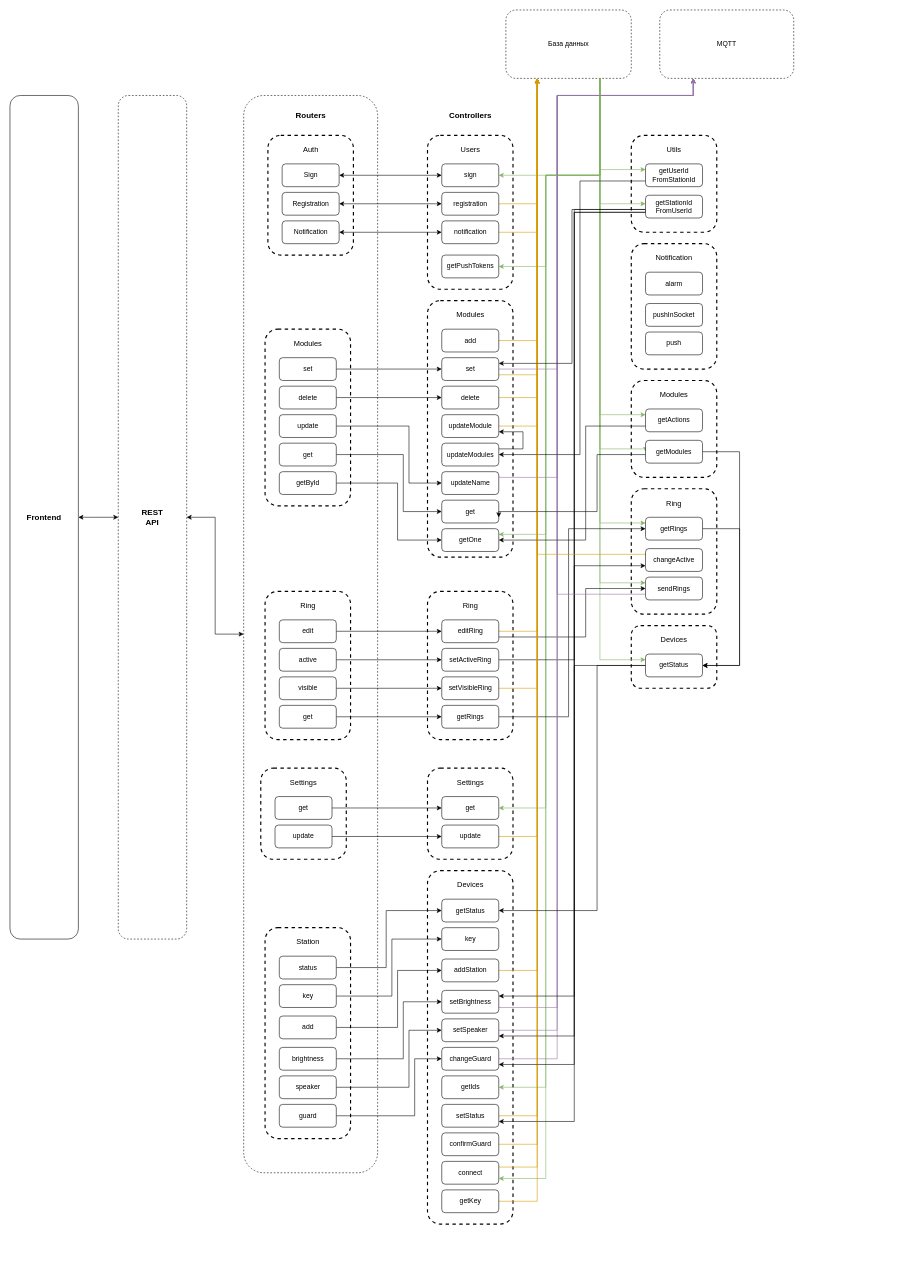
This is UML.drawio from PavelG1307/FifthFloorBackend, a draw.io file, before an edit. Source tidied: cells renumbered, new cells numbered last; positions are measured from the earlier drawing's top-left corner, leaving out a move shared by most shapes. Both pictures are drawn from the tidied source at 57%, with x=0, y=0 at pixel (10, 10).
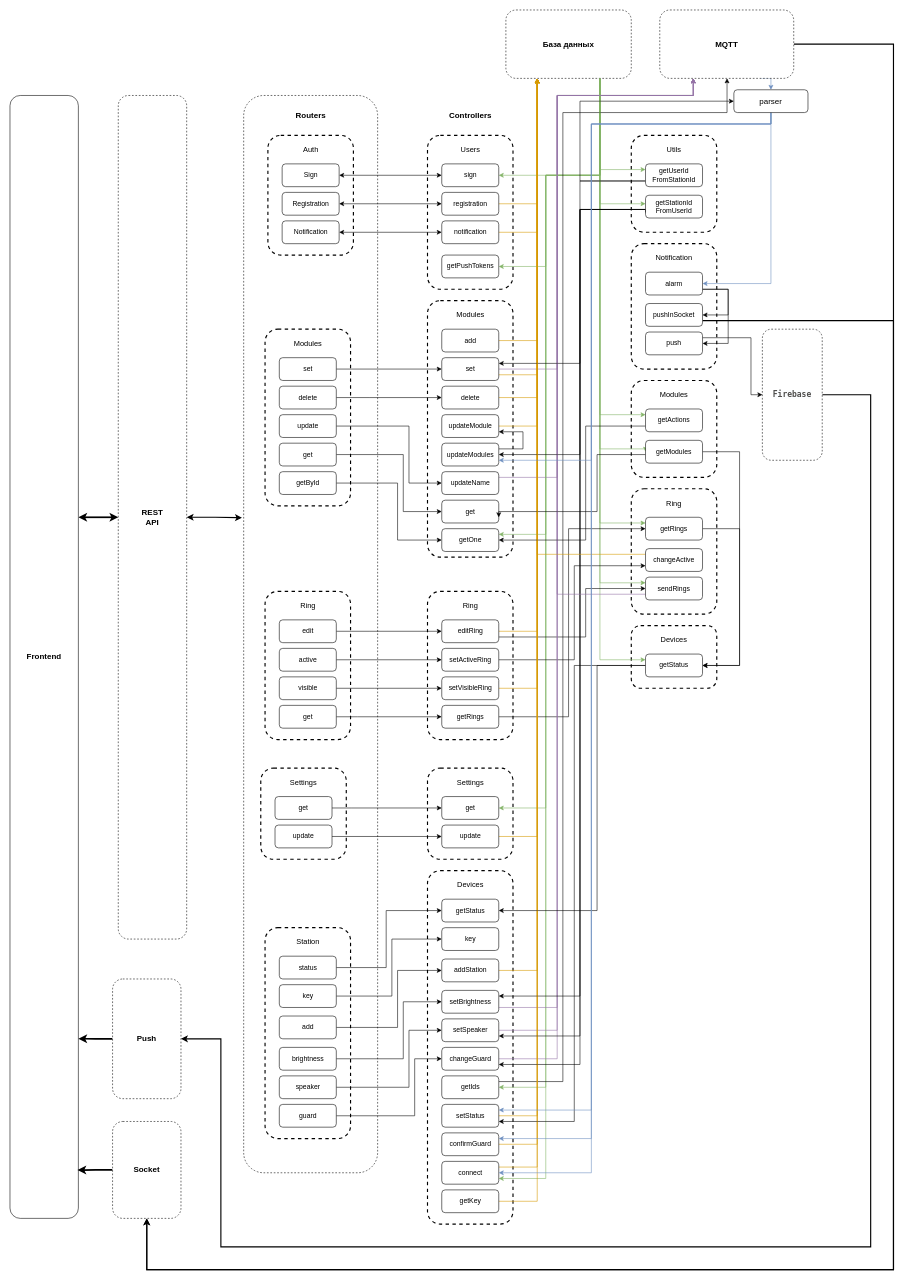
The same diagram, later.

Unchanged cells that the change refers to:
```xml
<mxCell id="11" style="rounded=1;whiteSpace=wrap;html=1;dashed=1;" parent="1" vertex="1">
  <mxGeometry x="410" y="150" width="235" height="1890" as="geometry" />
</mxCell>
<mxCell id="15" value="REST&lt;br style=&quot;font-size: 14px;&quot;&gt;API" style="rounded=1;whiteSpace=wrap;html=1;dashed=1;fontSize=14;fontStyle=1;" parent="1" vertex="1">
  <mxGeometry x="190" y="150" width="120" height="1480" as="geometry" />
</mxCell>
<mxCell id="87" value="set" style="rounded=1;whiteSpace=wrap;html=1;" parent="1" vertex="1">
  <mxGeometry x="757.5" y="610" width="100" height="40" as="geometry" />
</mxCell>
<mxCell id="111" value="setBrightness" style="rounded=1;whiteSpace=wrap;html=1;" parent="1" vertex="1">
  <mxGeometry x="757.5" y="1720" width="100" height="40" as="geometry" />
</mxCell>
<mxCell id="113" value="setSpeaker" style="rounded=1;whiteSpace=wrap;html=1;" parent="1" vertex="1">
  <mxGeometry x="757.5" y="1770" width="100" height="40" as="geometry" />
</mxCell>
<mxCell id="115" value="changeGuard" style="rounded=1;whiteSpace=wrap;html=1;" parent="1" vertex="1">
  <mxGeometry x="757.5" y="1820" width="100" height="40" as="geometry" />
</mxCell>
<mxCell id="126" value="getIds" style="rounded=1;whiteSpace=wrap;html=1;" parent="1" vertex="1">
  <mxGeometry x="757.5" y="1870" width="100" height="40" as="geometry" />
</mxCell>
<mxCell id="128" value="confirmGuard" style="rounded=1;whiteSpace=wrap;html=1;" parent="1" vertex="1">
  <mxGeometry x="757.5" y="1970" width="100" height="40" as="geometry" />
</mxCell>
<mxCell id="130" value="setStatus" style="rounded=1;whiteSpace=wrap;html=1;" parent="1" vertex="1">
  <mxGeometry x="757.5" y="1920" width="100" height="40" as="geometry" />
</mxCell>
<mxCell id="132" value="connect" style="rounded=1;whiteSpace=wrap;html=1;" parent="1" vertex="1">
  <mxGeometry x="757.5" y="2020" width="100" height="40" as="geometry" />
</mxCell>
<mxCell id="136" value="getUserId&lt;br&gt;FromStationId" style="rounded=1;whiteSpace=wrap;html=1;" parent="1" vertex="1">
  <mxGeometry x="1115" y="270" width="100" height="40" as="geometry" />
</mxCell>
<mxCell id="142" value="getStationId&lt;br&gt;FromUserId" style="rounded=1;whiteSpace=wrap;html=1;" parent="1" vertex="1">
  <mxGeometry x="1115" y="325" width="100" height="40" as="geometry" />
</mxCell>
<mxCell id="145" value="alarm" style="rounded=1;whiteSpace=wrap;html=1;" parent="1" vertex="1">
  <mxGeometry x="1115" y="460" width="100" height="40" as="geometry" />
</mxCell>
<mxCell id="146" value="pushInSocket" style="rounded=1;whiteSpace=wrap;html=1;" parent="1" vertex="1">
  <mxGeometry x="1115" y="515" width="100" height="40" as="geometry" />
</mxCell>
<mxCell id="148" value="push" style="rounded=1;whiteSpace=wrap;html=1;" parent="1" vertex="1">
  <mxGeometry x="1115" y="565" width="100" height="40" as="geometry" />
</mxCell>
<mxCell id="150" value="updateModules" style="rounded=1;whiteSpace=wrap;html=1;" parent="1" vertex="1">
  <mxGeometry x="757.5" y="760" width="100" height="40" as="geometry" />
</mxCell>
```

What changed in the source:
```diff
@@
+    <mxCell id="170" style="edgeStyle=orthogonalEdgeStyle;rounded=0;jettySize=auto;html=1;exitX=0.75;exitY=1;exitDx=0;exitDy=0;entryX=0.5;entryY=0;entryDx=0;entryDy=0;fontSize=14;startArrow=none;startFill=0;endArrow=classic;endFill=1;fillColor=#dae8fc;strokeColor=#6c8ebf;" parent="1" edge="1" source="5" target="183">
+      <mxGeometry relative="1" as="geometry" />
+    </mxCell>
+    <mxCell id="171" style="edgeStyle=orthogonalEdgeStyle;rounded=0;jettySize=auto;html=1;strokeWidth=2;fontSize=14;startArrow=none;startFill=0;endArrow=classic;endFill=1;" parent="1" edge="1" source="5" target="187">
+      <mxGeometry relative="1" as="geometry">
+        <Array as="points">
+          <mxPoint x="1550" y="60" />
+          <mxPoint x="1550" y="2210" />
+          <mxPoint x="240" y="2210" />
+        </Array>
+      </mxGeometry>
+    </mxCell>
-    <mxCell id="5" value="MQTT" style="rounded=1;whiteSpace=wrap;html=1;dashed=1;" parent="1" vertex="1">
+    <mxCell id="5" value="&lt;font style=&quot;font-size: 14px;&quot;&gt;&lt;b&gt;MQTT&lt;/b&gt;&lt;/font&gt;" style="rounded=1;whiteSpace=wrap;html=1;dashed=1;" parent="1" vertex="1">
       <mxGeometry x="1140" width="235" height="120" as="geometry" />
     </mxCell>
@@
-    <mxCell id="12" style="edgeStyle=orthogonalEdgeStyle;rounded=0;jettySize=auto;html=1;entryX=0;entryY=0.5;entryDx=0;entryDy=0;startArrow=classic;startFill=1;" parent="1" edge="1" source="13" target="15">
+    <mxCell id="12" style="edgeStyle=orthogonalEdgeStyle;rounded=0;jettySize=auto;html=1;entryX=0;entryY=0.5;entryDx=0;entryDy=0;startArrow=classic;startFill=1;strokeWidth=3;" parent="1" edge="1" source="13" target="15">
       <mxGeometry relative="1" as="geometry">
         <Array as="points">
           <mxPoint x="140" y="890" />
           <mxPoint x="140" y="890" />
         </Array>
       </mxGeometry>
     </mxCell>
     <mxCell id="13" value="Frontend" style="rounded=1;whiteSpace=wrap;html=1;fontSize=14;fontStyle=1;" parent="1" vertex="1">
-      <mxGeometry y="150" width="120" height="1480" as="geometry" />
+      <mxGeometry y="150" width="120" height="1970" as="geometry" />
     </mxCell>
-    <mxCell id="14" style="edgeStyle=orthogonalEdgeStyle;rounded=0;jettySize=auto;html=1;entryX=0;entryY=0.5;entryDx=0;entryDy=0;fontSize=14;startArrow=classic;startFill=1;" parent="1" edge="1" source="15" target="11">
+    <mxCell id="14" style="edgeStyle=orthogonalEdgeStyle;rounded=0;jettySize=auto;html=1;entryX=-0.013;entryY=0.392;entryDx=0;entryDy=0;fontSize=14;startArrow=classic;startFill=1;entryPerimeter=0;strokeWidth=2;" parent="1" edge="1" source="15" target="11">
       <mxGeometry relative="1" as="geometry" />
     </mxCell>
@@
-    <mxCell id="75" value="База данных" style="rounded=1;whiteSpace=wrap;html=1;dashed=1;" parent="1" vertex="1">
+    <mxCell id="75" value="&lt;font style=&quot;font-size: 14px;&quot;&gt;&lt;b&gt;База данных&lt;/b&gt;&lt;/font&gt;" style="rounded=1;whiteSpace=wrap;html=1;dashed=1;strokeWidth=1;" parent="1" vertex="1">
       <mxGeometry x="870" width="220" height="120" as="geometry" />
     </mxCell>
@@
+    <mxCell id="172" style="edgeStyle=orthogonalEdgeStyle;rounded=0;jettySize=auto;html=1;exitX=1;exitY=0.25;exitDx=0;exitDy=0;fontSize=14;startArrow=none;startFill=0;endArrow=classic;endFill=1;" parent="1" edge="1" source="126" target="5">
+      <mxGeometry relative="1" as="geometry">
+        <Array as="points">
+          <mxPoint x="970" y="1880" />
+          <mxPoint x="970" y="180" />
+          <mxPoint x="1258" y="180" />
+        </Array>
+      </mxGeometry>
+    </mxCell>
@@
+    <mxCell id="173" style="edgeStyle=orthogonalEdgeStyle;rounded=0;jettySize=auto;html=1;exitX=0;exitY=0.75;exitDx=0;exitDy=0;entryX=0;entryY=0.5;entryDx=0;entryDy=0;fontSize=14;startArrow=none;startFill=0;endArrow=classic;endFill=1;" parent="1" edge="1" source="136" target="183">
+      <mxGeometry relative="1" as="geometry">
+        <Array as="points">
+          <mxPoint x="1000" y="300" />
+          <mxPoint x="1000" y="160" />
+        </Array>
+      </mxGeometry>
+    </mxCell>
@@
     <mxCell id="137" style="edgeStyle=orthogonalEdgeStyle;rounded=0;jettySize=auto;html=1;entryX=1;entryY=0.25;entryDx=0;entryDy=0;fontSize=14;startArrow=none;startFill=0;endArrow=classic;endFill=1;" parent="1" edge="1" source="142" target="87">
       <mxGeometry relative="1" as="geometry">
         <Array as="points">
-          <mxPoint x="986" y="350" />
-          <mxPoint x="986" y="620" />
+          <mxPoint x="1000" y="350" />
+          <mxPoint x="1000" y="620" />
         </Array>
       </mxGeometry>
     </mxCell>
@@
     <mxCell id="139" style="edgeStyle=orthogonalEdgeStyle;rounded=0;jettySize=auto;html=1;exitX=0;exitY=0.75;exitDx=0;exitDy=0;fontSize=14;startArrow=none;startFill=0;endArrow=classic;endFill=1;" parent="1" edge="1" source="142" target="111">
       <mxGeometry relative="1" as="geometry">
         <Array as="points">
           <mxPoint x="1115" y="350" />
-          <mxPoint x="990" y="350" />
-          <mxPoint x="990" y="1730" />
+          <mxPoint x="1000" y="350" />
+          <mxPoint x="1000" y="1730" />
         </Array>
       </mxGeometry>
     </mxCell>
     <mxCell id="140" style="edgeStyle=orthogonalEdgeStyle;rounded=0;jettySize=auto;html=1;exitX=0;exitY=0.75;exitDx=0;exitDy=0;entryX=1;entryY=0.75;entryDx=0;entryDy=0;fontSize=14;startArrow=none;startFill=0;endArrow=classic;endFill=1;" parent="1" edge="1" source="142" target="113">
       <mxGeometry relative="1" as="geometry">
         <Array as="points">
-          <mxPoint x="990" y="355" />
-          <mxPoint x="990" y="1800" />
+          <mxPoint x="1115" y="350" />
+          <mxPoint x="1000" y="350" />
+          <mxPoint x="1000" y="1800" />
         </Array>
       </mxGeometry>
     </mxCell>
     <mxCell id="141" style="edgeStyle=orthogonalEdgeStyle;rounded=0;jettySize=auto;html=1;exitX=0;exitY=0.75;exitDx=0;exitDy=0;entryX=1;entryY=0.75;entryDx=0;entryDy=0;fontSize=14;startArrow=none;startFill=0;endArrow=classic;endFill=1;" parent="1" edge="1" source="142" target="115">
       <mxGeometry relative="1" as="geometry">
         <Array as="points">
-          <mxPoint x="990" y="355" />
-          <mxPoint x="990" y="1850" />
+          <mxPoint x="1115" y="350" />
+          <mxPoint x="1000" y="350" />
+          <mxPoint x="1000" y="1850" />
         </Array>
       </mxGeometry>
     </mxCell>
@@
+    <mxCell id="174" style="edgeStyle=orthogonalEdgeStyle;rounded=0;jettySize=auto;html=1;exitX=1;exitY=0.75;exitDx=0;exitDy=0;entryX=1;entryY=0.5;entryDx=0;entryDy=0;fontSize=14;startArrow=none;startFill=0;endArrow=classic;endFill=1;" parent="1" edge="1" source="145" target="146">
+      <mxGeometry relative="1" as="geometry">
+        <Array as="points">
+          <mxPoint x="1260" y="490" />
+          <mxPoint x="1260" y="535" />
+        </Array>
+      </mxGeometry>
+    </mxCell>
+    <mxCell id="175" style="edgeStyle=orthogonalEdgeStyle;rounded=0;jettySize=auto;html=1;exitX=1;exitY=0.75;exitDx=0;exitDy=0;entryX=1;entryY=0.5;entryDx=0;entryDy=0;fontSize=14;startArrow=none;startFill=0;endArrow=classic;endFill=1;" parent="1" edge="1" source="145" target="148">
+      <mxGeometry relative="1" as="geometry">
+        <Array as="points">
+          <mxPoint x="1260" y="490" />
+          <mxPoint x="1260" y="585" />
+        </Array>
+      </mxGeometry>
+    </mxCell>
@@
+    <mxCell id="176" style="edgeStyle=orthogonalEdgeStyle;rounded=0;jettySize=auto;html=1;exitX=1;exitY=0.75;exitDx=0;exitDy=0;entryX=0.5;entryY=1;entryDx=0;entryDy=0;fontSize=14;startArrow=none;startFill=0;endArrow=classic;endFill=1;strokeWidth=2;" parent="1" edge="1" source="146" target="187">
+      <mxGeometry relative="1" as="geometry">
+        <Array as="points">
+          <mxPoint x="1550" y="545" />
+          <mxPoint x="1550" y="2210" />
+          <mxPoint x="240" y="2210" />
+        </Array>
+      </mxGeometry>
+    </mxCell>
@@
+    <mxCell id="177" style="edgeStyle=orthogonalEdgeStyle;rounded=0;jettySize=auto;html=1;exitX=1;exitY=0.25;exitDx=0;exitDy=0;entryX=0;entryY=0.5;entryDx=0;entryDy=0;fontSize=14;startArrow=none;startFill=0;endArrow=classic;endFill=1;" parent="1" edge="1" source="148" target="185">
+      <mxGeometry relative="1" as="geometry">
+        <Array as="points">
+          <mxPoint x="1300" y="575" />
+          <mxPoint x="1300" y="675" />
+        </Array>
+      </mxGeometry>
+    </mxCell>
@@
+    <mxCell id="178" style="edgeStyle=orthogonalEdgeStyle;rounded=0;jettySize=auto;html=1;exitX=0.5;exitY=1;exitDx=0;exitDy=0;fontSize=14;startArrow=none;startFill=0;endArrow=classic;endFill=1;fillColor=#dae8fc;strokeColor=#6c8ebf;entryX=1;entryY=0.25;entryDx=0;entryDy=0;" parent="1" edge="1" source="183" target="130">
+      <mxGeometry relative="1" as="geometry">
+        <Array as="points">
+          <mxPoint x="1335" y="200" />
+          <mxPoint x="1020" y="200" />
+          <mxPoint x="1020" y="1930" />
+        </Array>
+      </mxGeometry>
+    </mxCell>
+    <mxCell id="179" style="edgeStyle=orthogonalEdgeStyle;rounded=0;jettySize=auto;html=1;exitX=0.5;exitY=1;exitDx=0;exitDy=0;entryX=1;entryY=0.75;entryDx=0;entryDy=0;fontSize=14;startArrow=none;startFill=0;endArrow=classic;endFill=1;fillColor=#dae8fc;strokeColor=#6c8ebf;" parent="1" edge="1" source="183" target="150">
+      <mxGeometry relative="1" as="geometry">
+        <Array as="points">
+          <mxPoint x="1335" y="200" />
+          <mxPoint x="1020" y="200" />
+          <mxPoint x="1020" y="790" />
+        </Array>
+      </mxGeometry>
+    </mxCell>
+    <mxCell id="180" style="edgeStyle=orthogonalEdgeStyle;rounded=0;jettySize=auto;html=1;exitX=0.5;exitY=1;exitDx=0;exitDy=0;entryX=1;entryY=0.25;entryDx=0;entryDy=0;fontSize=14;startArrow=none;startFill=0;endArrow=classic;endFill=1;fillColor=#dae8fc;strokeColor=#6c8ebf;" parent="1" edge="1" source="183" target="128">
+      <mxGeometry relative="1" as="geometry">
+        <Array as="points">
+          <mxPoint x="1335" y="200" />
+          <mxPoint x="1020" y="200" />
+          <mxPoint x="1020" y="1980" />
+        </Array>
+      </mxGeometry>
+    </mxCell>
+    <mxCell id="181" style="edgeStyle=orthogonalEdgeStyle;rounded=0;jettySize=auto;html=1;exitX=0.5;exitY=1;exitDx=0;exitDy=0;entryX=1;entryY=0.5;entryDx=0;entryDy=0;fontSize=14;startArrow=none;startFill=0;endArrow=classic;endFill=1;fillColor=#dae8fc;strokeColor=#6c8ebf;" parent="1" edge="1" source="183" target="132">
+      <mxGeometry relative="1" as="geometry">
+        <Array as="points">
+          <mxPoint x="1335" y="200" />
+          <mxPoint x="1020" y="200" />
+          <mxPoint x="1020" y="2040" />
+        </Array>
+      </mxGeometry>
+    </mxCell>
+    <mxCell id="182" style="edgeStyle=orthogonalEdgeStyle;rounded=0;jettySize=auto;html=1;exitX=0.5;exitY=1;exitDx=0;exitDy=0;entryX=1;entryY=0.5;entryDx=0;entryDy=0;fontSize=14;startArrow=none;startFill=0;endArrow=classic;endFill=1;fillColor=#dae8fc;strokeColor=#6c8ebf;" parent="1" edge="1" source="183" target="145">
+      <mxGeometry relative="1" as="geometry" />
+    </mxCell>
+    <mxCell id="183" value="parser" style="rounded=1;whiteSpace=wrap;html=1;strokeWidth=1;fontSize=14;" parent="1" vertex="1">
+      <mxGeometry x="1270" y="140" width="130" height="40" as="geometry" />
+    </mxCell>
+    <mxCell id="184" style="edgeStyle=orthogonalEdgeStyle;rounded=0;jettySize=auto;html=1;entryX=1;entryY=0.5;entryDx=0;entryDy=0;strokeWidth=2;fontSize=14;startArrow=none;startFill=0;endArrow=classic;endFill=1;" parent="1" edge="1" source="185" target="189">
+      <mxGeometry relative="1" as="geometry">
+        <Array as="points">
+          <mxPoint x="1510" y="675" />
+          <mxPoint x="1510" y="2170" />
+          <mxPoint x="370" y="2170" />
+          <mxPoint x="370" y="1805" />
+        </Array>
+      </mxGeometry>
+    </mxCell>
+    <mxCell id="185" value="&lt;span style=&quot;color: rgb(77, 77, 76); font-family: Menlo, Monaco, Consolas, &amp;quot;Courier New&amp;quot;, Courier, monospace; font-size: 14px; text-align: start; background-color: rgb(251, 253, 255);&quot;&gt;Firebase&lt;/span&gt;" style="rounded=1;whiteSpace=wrap;html=1;dashed=1;fontSize=14;fontStyle=1;" parent="1" vertex="1">
+      <mxGeometry x="1320" y="560" width="105" height="230" as="geometry" />
+    </mxCell>
+    <mxCell id="186" style="edgeStyle=orthogonalEdgeStyle;rounded=0;jettySize=auto;html=1;entryX=0.987;entryY=0.957;entryDx=0;entryDy=0;entryPerimeter=0;fontSize=14;startArrow=none;startFill=0;endArrow=classic;endFill=1;strokeWidth=3;" parent="1" edge="1" source="187" target="13">
+      <mxGeometry relative="1" as="geometry" />
+    </mxCell>
+    <mxCell id="187" value="Socket" style="rounded=1;whiteSpace=wrap;html=1;dashed=1;fontSize=14;fontStyle=1;" parent="1" vertex="1">
+      <mxGeometry x="180" y="1950" width="120" height="170" as="geometry" />
+    </mxCell>
+    <mxCell id="188" style="edgeStyle=orthogonalEdgeStyle;rounded=0;jettySize=auto;html=1;entryX=1;entryY=0.84;entryDx=0;entryDy=0;entryPerimeter=0;strokeWidth=3;fontSize=14;startArrow=none;startFill=0;endArrow=classic;endFill=1;" parent="1" edge="1" source="189" target="13">
+      <mxGeometry relative="1" as="geometry" />
+    </mxCell>
+    <mxCell id="189" value="Push" style="rounded=1;whiteSpace=wrap;html=1;dashed=1;fontSize=14;fontStyle=1;" parent="1" vertex="1">
+      <mxGeometry x="180" y="1700" width="120" height="210" as="geometry" />
+    </mxCell>
```
